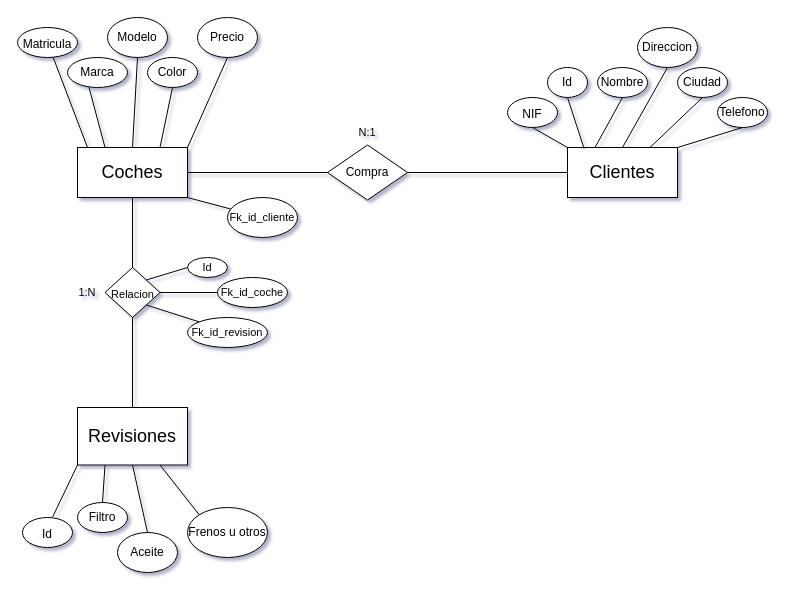
This is Untitled Diagram.drawio from elenaradrus/DiagramasDB, a draw.io file, before an edit. Source tidied: cells renumbered, new cells numbered last; positions are measured from the earlier drawing's top-left corner, leaving out a move shared by most shapes. Both pictures are drawn from the tidied source at 100%, with x=0, y=0 at pixel (17, 17).
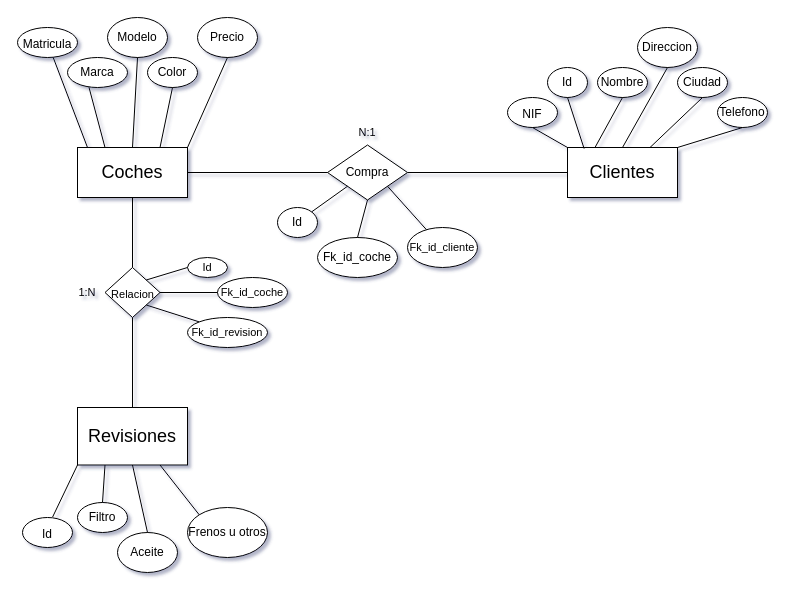
The same diagram, later.

The change refers to these unchanged cells:
```xml
<mxCell id="2" value="&lt;font style=&quot;font-size: 18px;&quot;&gt;Coches&lt;/font&gt;" style="rounded=0;whiteSpace=wrap;html=1;" parent="1" vertex="1">
  <mxGeometry x="60" y="130" width="110" height="50" as="geometry" />
</mxCell>
<mxCell id="13" value="Compra" style="rhombus;whiteSpace=wrap;html=1;fontSize=12;" parent="1" vertex="1">
  <mxGeometry x="310" y="127.5" width="80" height="55" as="geometry" />
</mxCell>
```

The edit, as a diff of the source:
```diff
@@
     <mxCell id="41" value="Fk_id_cliente" style="ellipse;whiteSpace=wrap;html=1;fontSize=11;" parent="1" vertex="1">
-      <mxGeometry x="210" y="180" width="70" height="40" as="geometry" />
+      <mxGeometry x="390" y="210" width="70" height="40" as="geometry" />
     </mxCell>
-    <mxCell id="42" style="endArrow=none;html=1;rounded=0;fontSize=11;entryX=1;entryY=1;entryDx=0;entryDy=0;" parent="1" edge="1" source="41" target="2">
+    <mxCell id="42" style="endArrow=none;html=1;rounded=0;fontSize=11;entryX=1;entryY=1;entryDx=0;entryDy=0;" parent="1" edge="1" source="41" target="13">
       <mxGeometry relative="1" as="geometry" />
     </mxCell>
@@
+    <mxCell id="51" value="Fk_id_coche" style="ellipse;whiteSpace=wrap;html=1;" parent="1" vertex="1">
+      <mxGeometry x="300" y="220" width="80" height="40" as="geometry" />
+    </mxCell>
+    <mxCell id="52" style="endArrow=none;html=1;rounded=0;entryX=0.5;entryY=1;entryDx=0;entryDy=0;exitX=0.5;exitY=0;exitDx=0;exitDy=0;" parent="1" edge="1" source="51" target="13">
+      <mxGeometry relative="1" as="geometry" />
+    </mxCell>
+    <mxCell id="53" value="Id" style="ellipse;whiteSpace=wrap;html=1;" parent="1" vertex="1">
+      <mxGeometry x="260" y="190" width="40" height="30" as="geometry" />
+    </mxCell>
+    <mxCell id="54" style="endArrow=none;html=1;rounded=0;entryX=0;entryY=1;entryDx=0;entryDy=0;exitX=1;exitY=0;exitDx=0;exitDy=0;" parent="1" edge="1" source="53" target="13">
+      <mxGeometry relative="1" as="geometry" />
+    </mxCell>
```
